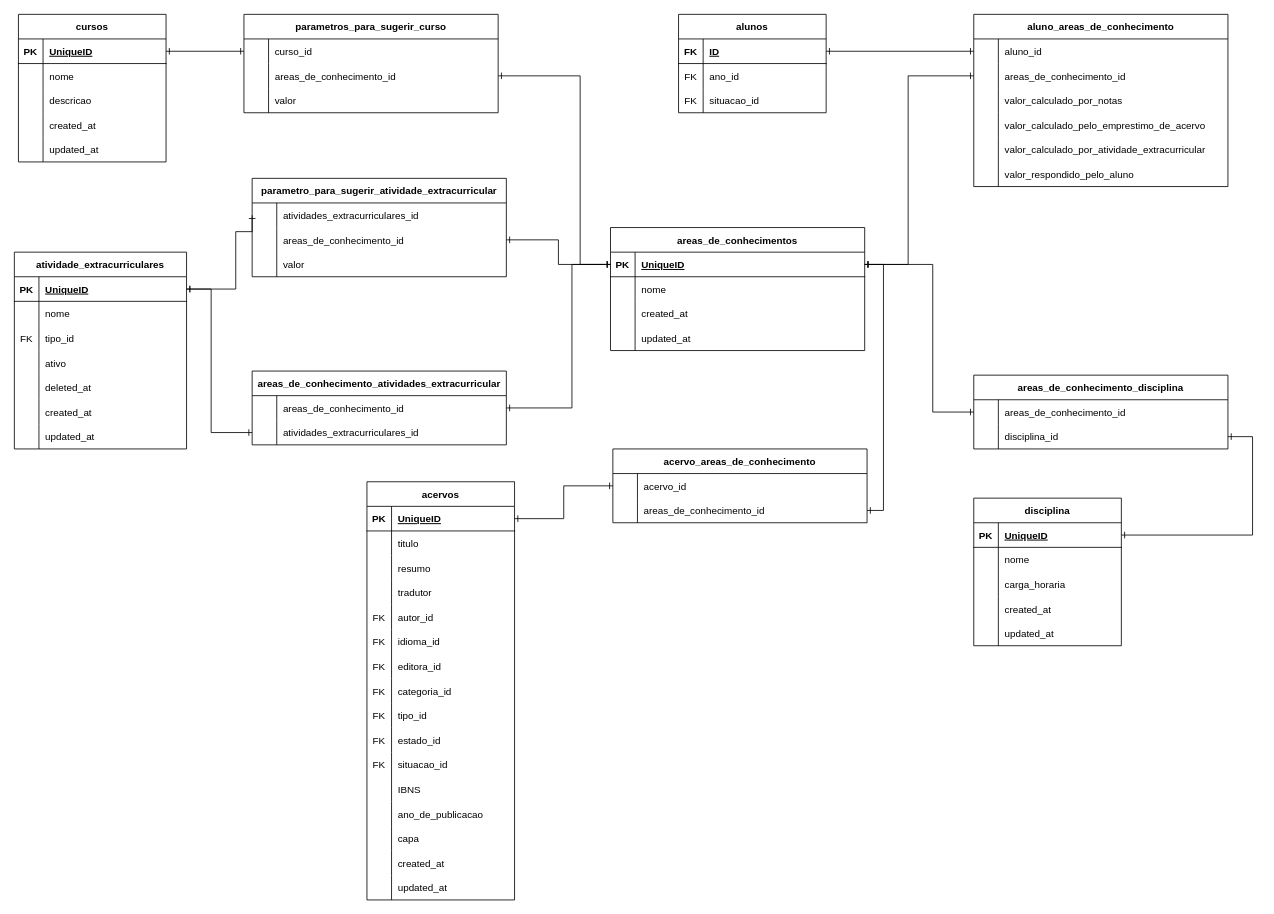
Above: diagrama/Diagrama _db_tabelas_areas_de_conhecimento.drawio in Noboruotao/escola-sugestao-backend (draw.io), before the change. Source tidied: cells renumbered, new cells numbered last; positions are measured from the earlier drawing's top-left corner, leaving out a move shared by most shapes. Both pictures are drawn from the tidied source at 82%, with x=0, y=0 at pixel (14, 14).
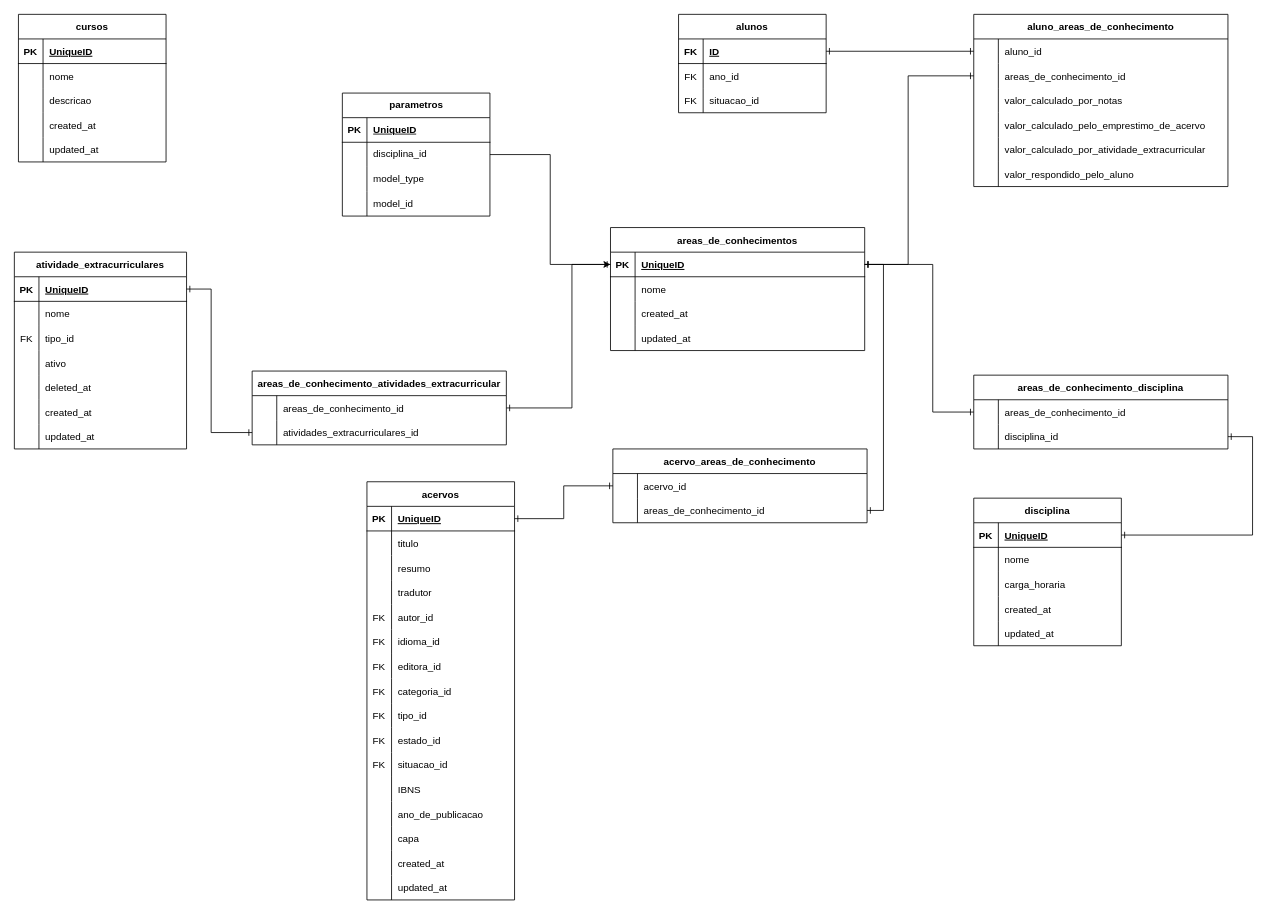
The same page after the edit.

Unchanged cells that the change refers to:
```xml
<mxCell id="3" style="shape=tableRow;horizontal=0;startSize=0;swimlaneHead=0;swimlaneBody=0;fillColor=none;points=[[0,0.5],[1,0.5]];portConstraint=eastwest;top=0;left=0;right=0;bottom=1;" parent="2" vertex="1">
  <mxGeometry y="30" width="310" height="30" as="geometry" />
</mxCell>
<mxCell id="76" style="shape=tableRow;horizontal=0;startSize=0;swimlaneHead=0;swimlaneBody=0;fillColor=none;points=[[0,0.5],[1,0.5]];portConstraint=eastwest;top=0;left=0;right=0;bottom=1;" parent="75" vertex="1">
  <mxGeometry y="30" width="180" height="30" as="geometry" />
</mxCell>
<mxCell id="102" style="shape=tableRow;horizontal=0;startSize=0;swimlaneHead=0;swimlaneBody=0;fillColor=none;points=[[0,0.5],[1,0.5]];portConstraint=eastwest;top=0;left=0;right=0;bottom=1;" parent="101" vertex="1">
  <mxGeometry y="30" width="210" height="30" as="geometry" />
</mxCell>
```

What changed in the source:
```diff
@@
-    <mxCell id="34" value="parametros_para_sugerir_curso" style="shape=table;startSize=30;childLayout=tableLayout;rowLines=0;fontStyle=1;align=center;" parent="1" vertex="1">
-      <mxGeometry x="280" width="310" height="120" as="geometry" />
-    </mxCell>
-    <mxCell id="35" style="shape=tableRow;horizontal=0;startSize=0;swimlaneHead=0;swimlaneBody=0;fillColor=none;points=[[0,0.5],[1,0.5]];portConstraint=eastwest;top=0;left=0;right=0;bottom=0;" parent="34" vertex="1">
-      <mxGeometry y="30" width="310" height="30" as="geometry" />
-    </mxCell>
-    <mxCell id="36" style="shape=partialRectangle;fillColor=none;top=0;left=0;bottom=0;right=0;overflow=hidden;" parent="35" vertex="1">
-      <mxGeometry width="30" height="30" as="geometry" />
-    </mxCell>
-    <mxCell id="37" value="curso_id" style="shape=partialRectangle;fillColor=none;top=0;left=0;bottom=0;right=0;align=left;spacingLeft=6;overflow=hidden;" parent="35" vertex="1">
-      <mxGeometry x="30" width="280" height="30" as="geometry" />
-    </mxCell>
-    <mxCell id="38" style="shape=tableRow;horizontal=0;startSize=0;swimlaneHead=0;swimlaneBody=0;fillColor=none;points=[[0,0.5],[1,0.5]];portConstraint=eastwest;top=0;left=0;right=0;bottom=0;" parent="34" vertex="1">
-      <mxGeometry y="60" width="310" height="30" as="geometry" />
-    </mxCell>
-    <mxCell id="39" style="shape=partialRectangle;fillColor=none;top=0;left=0;bottom=0;right=0;overflow=hidden;" parent="38" vertex="1">
-      <mxGeometry width="30" height="30" as="geometry" />
-    </mxCell>
-    <mxCell id="40" value="areas_de_conhecimento_id" style="shape=partialRectangle;fillColor=none;top=0;left=0;bottom=0;right=0;align=left;spacingLeft=6;overflow=hidden;" parent="38" vertex="1">
-      <mxGeometry x="30" width="280" height="30" as="geometry" />
-    </mxCell>
-    <mxCell id="41" style="shape=tableRow;horizontal=0;startSize=0;swimlaneHead=0;swimlaneBody=0;fillColor=none;top=0;left=0;right=0;bottom=0;" parent="34" vertex="1">
-      <mxGeometry y="90" width="310" height="30" as="geometry" />
-    </mxCell>
-    <mxCell id="42" style="shape=partialRectangle;fillColor=none;top=0;left=0;bottom=0;right=0;overflow=hidden;" parent="41" vertex="1">
-      <mxGeometry width="30" height="30" as="geometry" />
-    </mxCell>
-    <mxCell id="43" value="valor" style="shape=partialRectangle;fillColor=none;top=0;left=0;bottom=0;right=0;align=left;spacingLeft=6;overflow=hidden;" parent="41" vertex="1">
-      <mxGeometry x="30" width="280" height="30" as="geometry" />
-    </mxCell>
-    <mxCell id="44" value="parametro_para_sugerir_atividade_extracurricular" style="shape=table;startSize=30;childLayout=tableLayout;rowLines=0;fontStyle=1;align=center;" parent="1" vertex="1">
-      <mxGeometry x="290" y="200" width="310" height="120" as="geometry" />
-    </mxCell>
-    <mxCell id="45" style="shape=tableRow;horizontal=0;startSize=0;swimlaneHead=0;swimlaneBody=0;fillColor=none;points=[[0,0.5],[1,0.5]];portConstraint=eastwest;top=0;left=0;right=0;bottom=0;" parent="44" vertex="1">
-      <mxGeometry y="30" width="310" height="30" as="geometry" />
-    </mxCell>
-    <mxCell id="46" style="shape=partialRectangle;fillColor=none;top=0;left=0;bottom=0;right=0;overflow=hidden;" parent="45" vertex="1">
-      <mxGeometry width="30" height="30" as="geometry" />
-    </mxCell>
-    <mxCell id="47" value="atividades_extracurriculares_id" style="shape=partialRectangle;fillColor=none;top=0;left=0;bottom=0;right=0;align=left;spacingLeft=6;overflow=hidden;" parent="45" vertex="1">
-      <mxGeometry x="30" width="280" height="30" as="geometry" />
-    </mxCell>
-    <mxCell id="48" style="shape=tableRow;horizontal=0;startSize=0;swimlaneHead=0;swimlaneBody=0;fillColor=none;points=[[0,0.5],[1,0.5]];portConstraint=eastwest;top=0;left=0;right=0;bottom=0;" parent="44" vertex="1">
-      <mxGeometry y="60" width="310" height="30" as="geometry" />
-    </mxCell>
-    <mxCell id="49" style="shape=partialRectangle;fillColor=none;top=0;left=0;bottom=0;right=0;overflow=hidden;" parent="48" vertex="1">
-      <mxGeometry width="30" height="30" as="geometry" />
-    </mxCell>
-    <mxCell id="50" value="areas_de_conhecimento_id" style="shape=partialRectangle;fillColor=none;top=0;left=0;bottom=0;right=0;align=left;spacingLeft=6;overflow=hidden;" parent="48" vertex="1">
-      <mxGeometry x="30" width="280" height="30" as="geometry" />
-    </mxCell>
-    <mxCell id="51" style="shape=tableRow;horizontal=0;startSize=0;swimlaneHead=0;swimlaneBody=0;fillColor=none;top=0;left=0;right=0;bottom=0;" parent="44" vertex="1">
-      <mxGeometry y="90" width="310" height="30" as="geometry" />
-    </mxCell>
-    <mxCell id="52" style="shape=partialRectangle;fillColor=none;top=0;left=0;bottom=0;right=0;overflow=hidden;" parent="51" vertex="1">
-      <mxGeometry width="30" height="30" as="geometry" />
-    </mxCell>
-    <mxCell id="53" value="valor" style="shape=partialRectangle;fillColor=none;top=0;left=0;bottom=0;right=0;align=left;spacingLeft=6;overflow=hidden;" parent="51" vertex="1">
-      <mxGeometry x="30" width="280" height="30" as="geometry" />
-    </mxCell>
@@
-    <mxCell id="188" style="edgeStyle=orthogonalEdgeStyle;rounded=0;jettySize=auto;html=1;entryX=0;entryY=0.5;entryDx=0;entryDy=0;startArrow=ERone;startFill=0;endArrow=ERone;endFill=0;" parent="1" edge="1" source="102" target="45">
-      <mxGeometry relative="1" as="geometry">
-        <Array as="points">
-          <mxPoint x="270" y="335" />
-          <mxPoint x="270" y="265" />
-        </Array>
-      </mxGeometry>
-    </mxCell>
@@
-    <mxCell id="190" style="edgeStyle=orthogonalEdgeStyle;rounded=0;jettySize=auto;html=1;entryX=0;entryY=0.5;entryDx=0;entryDy=0;startArrow=ERone;startFill=0;endArrow=ERone;endFill=0;" parent="1" edge="1" source="76" target="35">
-      <mxGeometry relative="1" as="geometry" />
-    </mxCell>
@@
-    <mxCell id="192" style="edgeStyle=orthogonalEdgeStyle;rounded=0;jettySize=auto;html=1;entryX=1;entryY=0.5;entryDx=0;entryDy=0;startArrow=ERone;startFill=0;endArrow=ERone;endFill=0;" parent="1" edge="1" source="3" target="38">
-      <mxGeometry relative="1" as="geometry">
-        <Array as="points">
-          <mxPoint x="690" y="305" />
-          <mxPoint x="690" y="75" />
-        </Array>
-      </mxGeometry>
-    </mxCell>
-    <mxCell id="193" style="edgeStyle=orthogonalEdgeStyle;rounded=0;jettySize=auto;html=1;entryX=1;entryY=0.5;entryDx=0;entryDy=0;startArrow=ERone;startFill=0;endArrow=ERone;endFill=0;" parent="1" edge="1" source="3" target="48">
-      <mxGeometry relative="1" as="geometry" />
-    </mxCell>
@@
+    <mxCell id="200" value="parametros" style="shape=table;startSize=30;childLayout=tableLayout;rowLines=0;fontStyle=1;align=center;html=1;" parent="1" vertex="1">
+      <mxGeometry x="400" y="96" width="180" height="150" as="geometry" />
+    </mxCell>
+    <mxCell id="201" style="shape=tableRow;horizontal=0;startSize=0;swimlaneHead=0;swimlaneBody=0;fillColor=none;top=0;left=0;right=0;bottom=1;" parent="200" vertex="1">
+      <mxGeometry y="30" width="180" height="30" as="geometry" />
+    </mxCell>
+    <mxCell id="202" value="PK" style="shape=partialRectangle;fillColor=none;top=0;left=0;bottom=0;right=0;fontStyle=1;overflow=hidden;whiteSpace=wrap;html=1;" parent="201" vertex="1">
+      <mxGeometry width="30" height="30" as="geometry" />
+    </mxCell>
+    <mxCell id="203" value="UniqueID" style="shape=partialRectangle;fillColor=none;top=0;left=0;bottom=0;right=0;align=left;spacingLeft=6;fontStyle=5;overflow=hidden;whiteSpace=wrap;html=1;" parent="201" vertex="1">
+      <mxGeometry x="30" width="150" height="30" as="geometry" />
+    </mxCell>
+    <mxCell id="204" style="shape=tableRow;horizontal=0;startSize=0;swimlaneHead=0;swimlaneBody=0;fillColor=none;points=[[0,0.5],[1,0.5]];portConstraint=eastwest;top=0;left=0;right=0;bottom=0;" parent="200" vertex="1">
+      <mxGeometry y="60" width="180" height="30" as="geometry" />
+    </mxCell>
+    <mxCell id="205" style="shape=partialRectangle;fillColor=none;top=0;left=0;bottom=0;right=0;overflow=hidden;whiteSpace=wrap;html=1;" parent="204" vertex="1">
+      <mxGeometry width="30" height="30" as="geometry" />
+    </mxCell>
+    <mxCell id="206" value="disciplina_id" style="shape=partialRectangle;fillColor=none;top=0;left=0;bottom=0;right=0;align=left;spacingLeft=6;overflow=hidden;whiteSpace=wrap;html=1;" parent="204" vertex="1">
+      <mxGeometry x="30" width="150" height="30" as="geometry" />
+    </mxCell>
+    <mxCell id="207" style="shape=tableRow;horizontal=0;startSize=0;swimlaneHead=0;swimlaneBody=0;fillColor=none;top=0;left=0;right=0;bottom=0;" parent="200" vertex="1">
+      <mxGeometry y="90" width="180" height="30" as="geometry" />
+    </mxCell>
+    <mxCell id="208" style="shape=partialRectangle;fillColor=none;top=0;left=0;bottom=0;right=0;overflow=hidden;whiteSpace=wrap;html=1;" parent="207" vertex="1">
+      <mxGeometry width="30" height="30" as="geometry" />
+    </mxCell>
+    <mxCell id="209" value="model_type" style="shape=partialRectangle;fillColor=none;top=0;left=0;bottom=0;right=0;align=left;spacingLeft=6;overflow=hidden;whiteSpace=wrap;html=1;" parent="207" vertex="1">
+      <mxGeometry x="30" width="150" height="30" as="geometry" />
+    </mxCell>
+    <mxCell id="210" style="shape=tableRow;horizontal=0;startSize=0;swimlaneHead=0;swimlaneBody=0;fillColor=none;top=0;left=0;right=0;bottom=0;" parent="200" vertex="1">
+      <mxGeometry y="120" width="180" height="30" as="geometry" />
+    </mxCell>
+    <mxCell id="211" style="shape=partialRectangle;fillColor=none;top=0;left=0;bottom=0;right=0;overflow=hidden;whiteSpace=wrap;html=1;" parent="210" vertex="1">
+      <mxGeometry width="30" height="30" as="geometry" />
+    </mxCell>
+    <mxCell id="212" value="model_id" style="shape=partialRectangle;fillColor=none;top=0;left=0;bottom=0;right=0;align=left;spacingLeft=6;overflow=hidden;whiteSpace=wrap;html=1;" parent="210" vertex="1">
+      <mxGeometry x="30" width="150" height="30" as="geometry" />
+    </mxCell>
+    <mxCell id="213" style="edgeStyle=orthogonalEdgeStyle;rounded=0;jettySize=auto;html=1;entryX=0;entryY=0.5;entryDx=0;entryDy=0;" parent="1" edge="1" source="204" target="3">
+      <mxGeometry relative="1" as="geometry" />
+    </mxCell>
```
